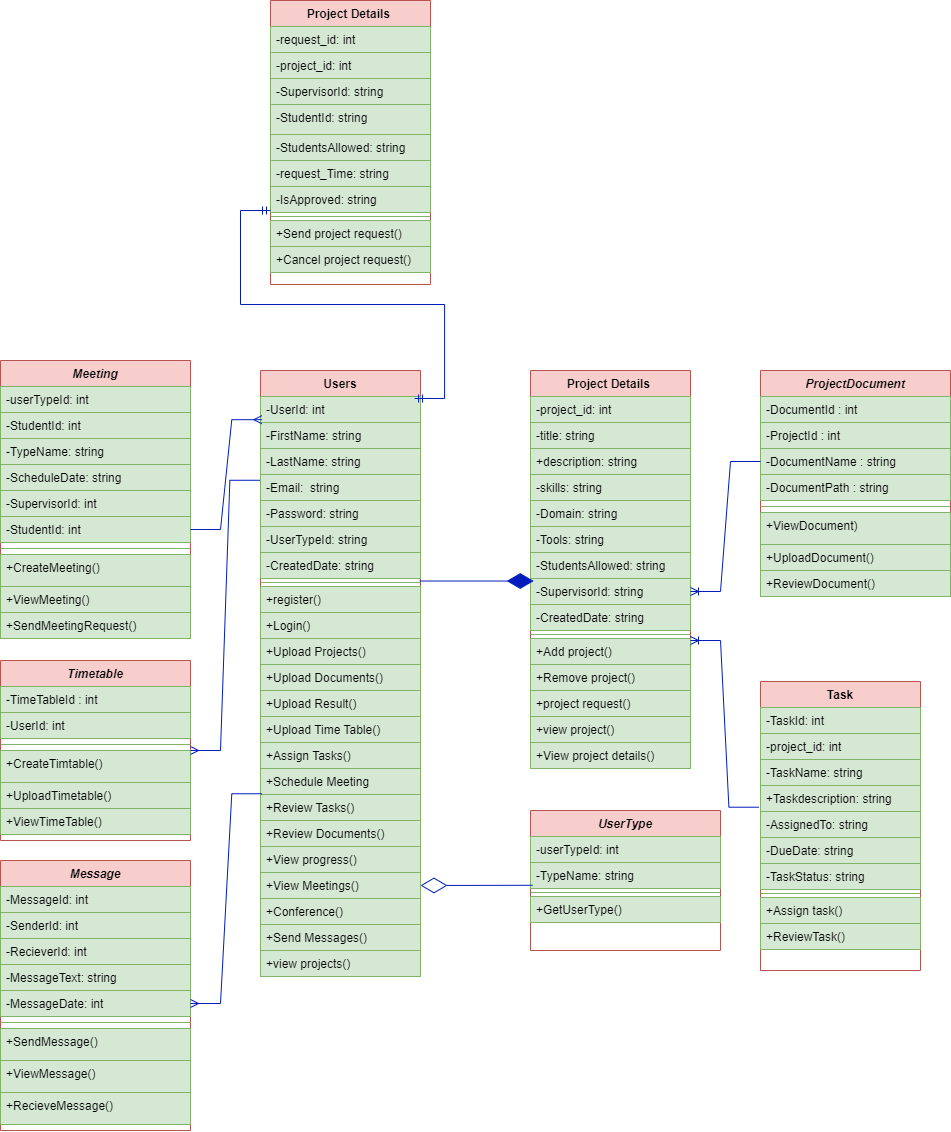
Earlier version of the draw.io export class diagram.drawio.png (FatimaSurraya/FYPM). Source tidied: cells renumbered, new cells last; positions are measured from the earlier drawing's top-left corner, leaving out a move shared by most shapes.
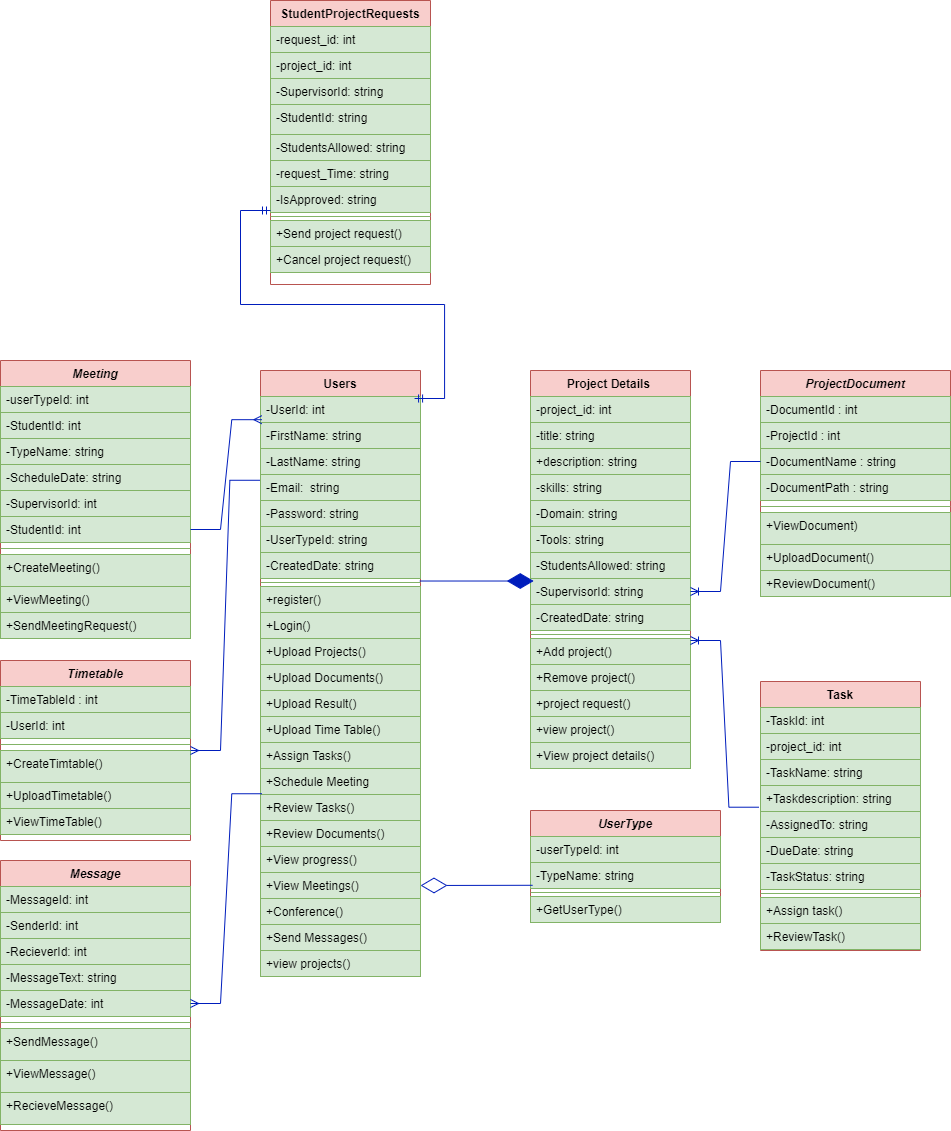
The same diagram one commit later.

The edit, as a diff of the source:
```diff
@@ -3,7 +3,7 @@
     <mxCell id="0" />
     <mxCell id="1" parent="0" />
     <mxCell id="2" value="UserType" style="swimlane;fontStyle=3;align=center;verticalAlign=top;horizontal=1;startSize=26;rounded=0;shadow=0;strokeWidth=1;fillColor=#f8cecc;strokeColor=#b85450;" parent="1" vertex="1">
-      <mxGeometry x="530" y="810" width="190" height="140" as="geometry" />
+      <mxGeometry x="530" y="810" width="190" height="112" as="geometry" />
     </mxCell>
     <mxCell id="3" value="-userTypeId: int" style="text;align=left;verticalAlign=top;spacingLeft=4;spacingRight=4;overflow=hidden;rounded=0;shadow=0;html=0;fillColor=#d5e8d4;strokeColor=#82b366;" parent="2" vertex="1">
       <mxGeometry y="26" width="190" height="26" as="geometry" />
@@ -267,7 +267,7 @@
       <mxGeometry relative="1" as="geometry" />
     </mxCell>
     <mxCell id="90" value="Task" style="swimlane;fontStyle=1;align=center;verticalAlign=top;horizontal=1;startSize=26;rounded=0;shadow=0;strokeWidth=1;fillColor=#f8cecc;strokeColor=#b85450;" parent="1" vertex="1">
-      <mxGeometry x="760" y="681" width="160" height="289" as="geometry" />
+      <mxGeometry x="760" y="681" width="160" height="269" as="geometry" />
     </mxCell>
     <mxCell id="91" value="-TaskId: int" style="text;align=left;verticalAlign=top;spacingLeft=4;spacingRight=4;overflow=hidden;fillColor=#d5e8d4;strokeColor=#82b366;" parent="90" vertex="1">
       <mxGeometry y="26" width="160" height="26" as="geometry" />
@@ -302,7 +302,7 @@
     <mxCell id="101" style="edgeStyle=entityRelationEdgeStyle;fontSize=12;html=1;endArrow=ERoneToMany;rounded=0;exitX=-0.01;exitY=0.835;exitDx=0;exitDy=0;exitPerimeter=0;entryX=1;entryY=0.077;entryDx=0;entryDy=0;entryPerimeter=0;fillColor=#0050ef;strokeColor=#001DBC;" parent="1" edge="1" source="94" target="18">
       <mxGeometry relative="1" as="geometry" />
     </mxCell>
-    <mxCell id="102" value="Project Details " style="swimlane;fontStyle=1;align=center;verticalAlign=top;horizontal=1;startSize=26;rounded=0;shadow=0;strokeWidth=1;fillColor=#f8cecc;strokeColor=#b85450;" parent="1" vertex="1">
+    <mxCell id="102" value="StudentProjectRequests" style="swimlane;fontStyle=1;align=center;verticalAlign=top;horizontal=1;startSize=26;rounded=0;shadow=0;strokeWidth=1;fillColor=#f8cecc;strokeColor=#b85450;" parent="1" vertex="1">
       <mxGeometry x="270" width="160" height="284" as="geometry" />
     </mxCell>
     <mxCell id="103" value="-request_id: int" style="text;align=left;verticalAlign=top;spacingLeft=4;spacingRight=4;overflow=hidden;fillColor=#d5e8d4;strokeColor=#82b366;" parent="102" vertex="1">
```
